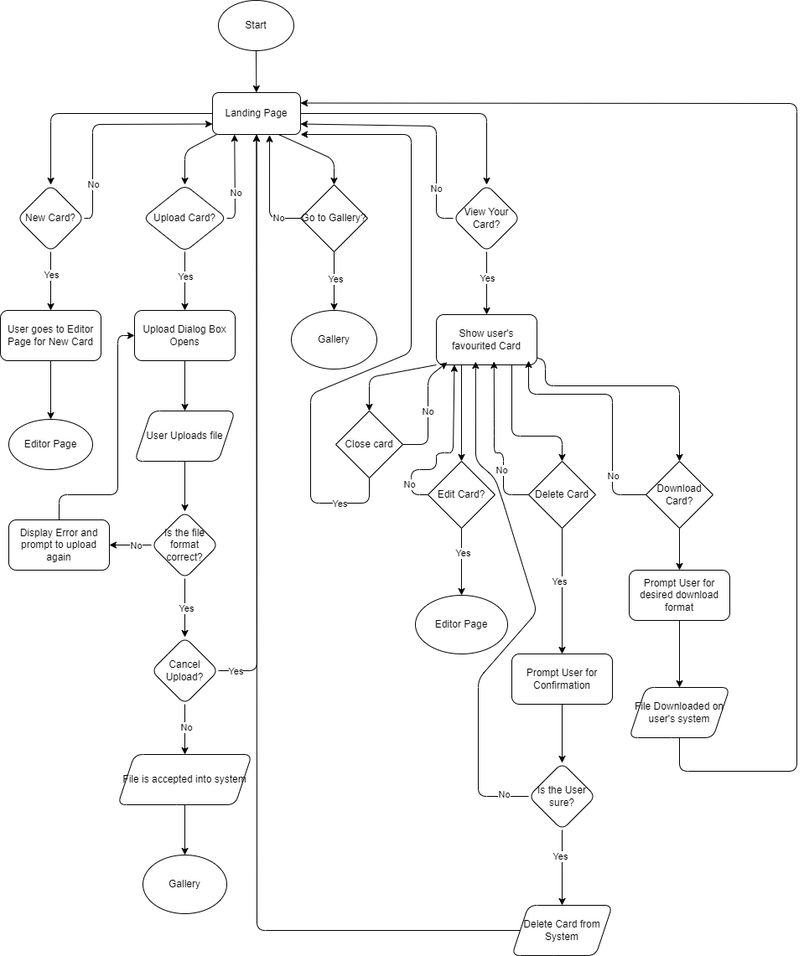
Earlier version of the draw.io export specs/flows/landing-page-flow.drawio.png (cse110-sp25-group29/cse110-sp25-group29). Source tidied: cells renumbered, new cells last; positions are measured from the earlier drawing's top-left corner, leaving out a move shared by most shapes.
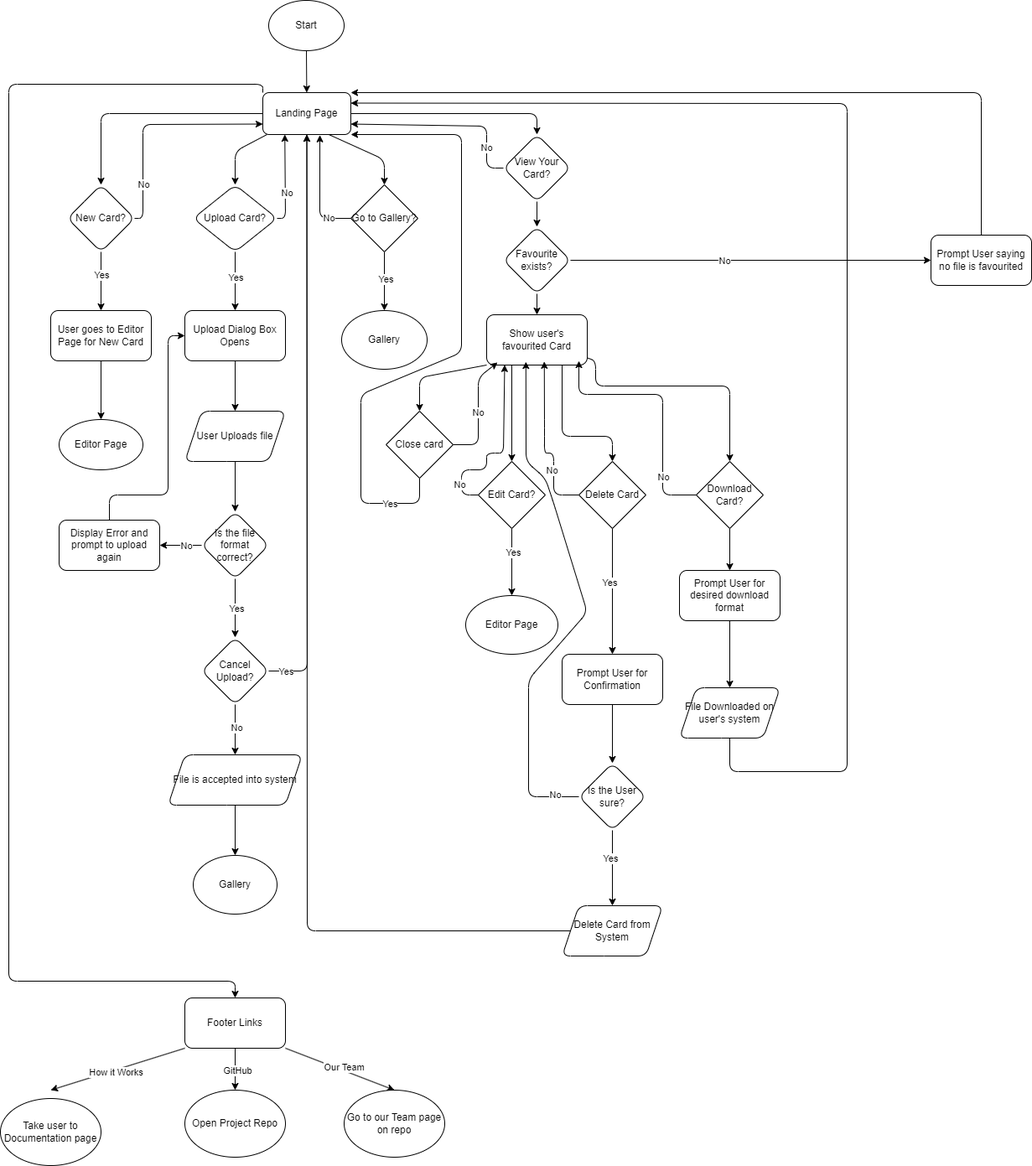
The same file after the commit.

Commit message:
finalized page flows and deleted user flow drawio doc

Change to the diagram source:
```diff
@@ -32,6 +32,15 @@
         </Array>
       </mxGeometry>
     </mxCell>
+    <mxCell id="90" style="edgeStyle=orthogonalEdgeStyle;html=1;exitX=0;exitY=0;exitDx=0;exitDy=0;" parent="1" edge="1" source="8" target="104">
+      <mxGeometry relative="1" as="geometry">
+        <Array as="points">
+          <mxPoint x="253" y="100" />
+          <mxPoint x="-50" y="100" />
+          <mxPoint x="-50" y="1170" />
+        </Array>
+      </mxGeometry>
+    </mxCell>
     <mxCell id="8" value="Landing Page" style="rounded=1;whiteSpace=wrap;html=1;" parent="1" vertex="1">
       <mxGeometry x="253" y="110" width="105" height="50" as="geometry" />
     </mxCell>
@@ -186,7 +195,7 @@
     <mxCell id="47" style="edgeStyle=none;html=1;entryX=1;entryY=0.75;entryDx=0;entryDy=0;" parent="1" edge="1" source="51" target="8">
       <mxGeometry relative="1" as="geometry">
         <Array as="points">
-          <mxPoint x="520" y="260" />
+          <mxPoint x="520" y="200" />
           <mxPoint x="520" y="150" />
         </Array>
       </mxGeometry>
@@ -194,14 +203,11 @@
     <mxCell id="48" value="No" style="edgeLabel;html=1;align=center;verticalAlign=middle;" parent="47" vertex="1">
       <mxGeometry x="-0.62" y="1" relative="1" as="geometry" />
     </mxCell>
-    <mxCell id="49" style="edgeStyle=none;html=1;" parent="1" edge="1" source="51" target="56">
-      <mxGeometry relative="1" as="geometry" />
-    </mxCell>
-    <mxCell id="50" value="Yes" style="edgeLabel;html=1;align=center;verticalAlign=middle;" parent="49" vertex="1">
-      <mxGeometry x="-0.15" relative="1" as="geometry" />
-    </mxCell>
+    <mxCell id="91" style="edgeStyle=none;html=1;" parent="1" edge="1" source="51" target="95">
+      <mxGeometry relative="1" as="geometry" />
+    </mxCell>
     <mxCell id="51" value="View Your Card?" style="rhombus;whiteSpace=wrap;html=1;rounded=1;" parent="1" vertex="1">
-      <mxGeometry x="540" y="220" width="80" height="80" as="geometry" />
+      <mxGeometry x="540" y="160" width="80" height="80" as="geometry" />
     </mxCell>
     <mxCell id="52" style="edgeStyle=none;html=1;exitX=0;exitY=1;exitDx=0;exitDy=0;" parent="1" edge="1" source="56" target="59">
       <mxGeometry relative="1" as="geometry">
@@ -387,5 +393,69 @@
     <mxCell id="89" value="File Downloaded on user's system" style="shape=parallelogram;perimeter=parallelogramPerimeter;whiteSpace=wrap;html=1;fixedSize=1;rounded=1;" parent="1" vertex="1">
       <mxGeometry x="750" y="820" width="120" height="60" as="geometry" />
     </mxCell>
+    <mxCell id="92" style="edgeStyle=none;html=1;exitX=0.5;exitY=1;exitDx=0;exitDy=0;entryX=0.5;entryY=0;entryDx=0;entryDy=0;" parent="1" edge="1" source="95" target="56">
+      <mxGeometry relative="1" as="geometry" />
+    </mxCell>
+    <mxCell id="93" style="edgeStyle=none;html=1;" parent="1" edge="1" source="95">
+      <mxGeometry relative="1" as="geometry">
+        <mxPoint x="1050" y="310" as="targetPoint" />
+      </mxGeometry>
+    </mxCell>
+    <mxCell id="94" value="No" style="edgeLabel;html=1;align=center;verticalAlign=middle;" parent="93" vertex="1">
+      <mxGeometry x="-0.15" y="-5" relative="1" as="geometry">
+        <mxPoint y="-5" as="offset" />
+      </mxGeometry>
+    </mxCell>
+    <mxCell id="95" value="Favourite exists?" style="rhombus;whiteSpace=wrap;html=1;rounded=1;" parent="1" vertex="1">
+      <mxGeometry x="540" y="270" width="80" height="80" as="geometry" />
+    </mxCell>
+    <mxCell id="96" style="edgeStyle=none;html=1;entryX=1;entryY=0;entryDx=0;entryDy=0;" parent="1" edge="1" source="97" target="8">
+      <mxGeometry relative="1" as="geometry">
+        <Array as="points">
+          <mxPoint x="1110" y="110" />
+        </Array>
+      </mxGeometry>
+    </mxCell>
+    <mxCell id="97" value="Prompt User saying no file is favourited" style="rounded=1;whiteSpace=wrap;html=1;" parent="1" vertex="1">
+      <mxGeometry x="1050" y="280" width="120" height="60" as="geometry" />
+    </mxCell>
+    <mxCell id="98" style="edgeStyle=none;html=1;exitX=0;exitY=1;exitDx=0;exitDy=0;" parent="1" edge="1" source="104">
+      <mxGeometry relative="1" as="geometry">
+        <mxPoint y="1300" as="targetPoint" />
+      </mxGeometry>
+    </mxCell>
+    <mxCell id="99" value="How it Works" style="edgeLabel;html=1;align=center;verticalAlign=middle;" parent="98" vertex="1">
+      <mxGeometry x="0.04" y="2" relative="1" as="geometry" />
+    </mxCell>
+    <mxCell id="100" style="edgeStyle=none;html=1;" parent="1" edge="1" source="104">
+      <mxGeometry relative="1" as="geometry">
+        <mxPoint x="220" y="1300" as="targetPoint" />
+      </mxGeometry>
+    </mxCell>
+    <mxCell id="101" value="GitHub" style="edgeLabel;html=1;align=center;verticalAlign=middle;" parent="100" vertex="1">
+      <mxGeometry x="0.05" y="2" relative="1" as="geometry">
+        <mxPoint y="1" as="offset" />
+      </mxGeometry>
+    </mxCell>
+    <mxCell id="102" style="edgeStyle=none;html=1;exitX=1;exitY=1;exitDx=0;exitDy=0;entryX=0.5;entryY=0;entryDx=0;entryDy=0;" parent="1" edge="1" source="104" target="107">
+      <mxGeometry relative="1" as="geometry" />
+    </mxCell>
+    <mxCell id="103" value="Our Team" style="edgeLabel;html=1;align=center;verticalAlign=middle;" parent="102" vertex="1">
+      <mxGeometry x="0.04" y="5" relative="1" as="geometry">
+        <mxPoint x="1" y="1" as="offset" />
+      </mxGeometry>
+    </mxCell>
+    <mxCell id="104" value="Footer Links" style="rounded=1;whiteSpace=wrap;html=1;" parent="1" vertex="1">
+      <mxGeometry x="160" y="1190" width="120" height="60" as="geometry" />
+    </mxCell>
+    <mxCell id="105" value="Take user to Documentation page" style="ellipse;whiteSpace=wrap;html=1;" parent="1" vertex="1">
+      <mxGeometry x="-60" y="1310" width="120" height="80" as="geometry" />
+    </mxCell>
+    <mxCell id="106" value="Open Project Repo" style="ellipse;whiteSpace=wrap;html=1;" parent="1" vertex="1">
+      <mxGeometry x="160" y="1300" width="120" height="80" as="geometry" />
+    </mxCell>
+    <mxCell id="107" value="Go to our Team page on repo" style="ellipse;whiteSpace=wrap;html=1;" parent="1" vertex="1">
+      <mxGeometry x="350" y="1300" width="120" height="80" as="geometry" />
+    </mxCell>
   </root>
 </mxGraphModel>
```
